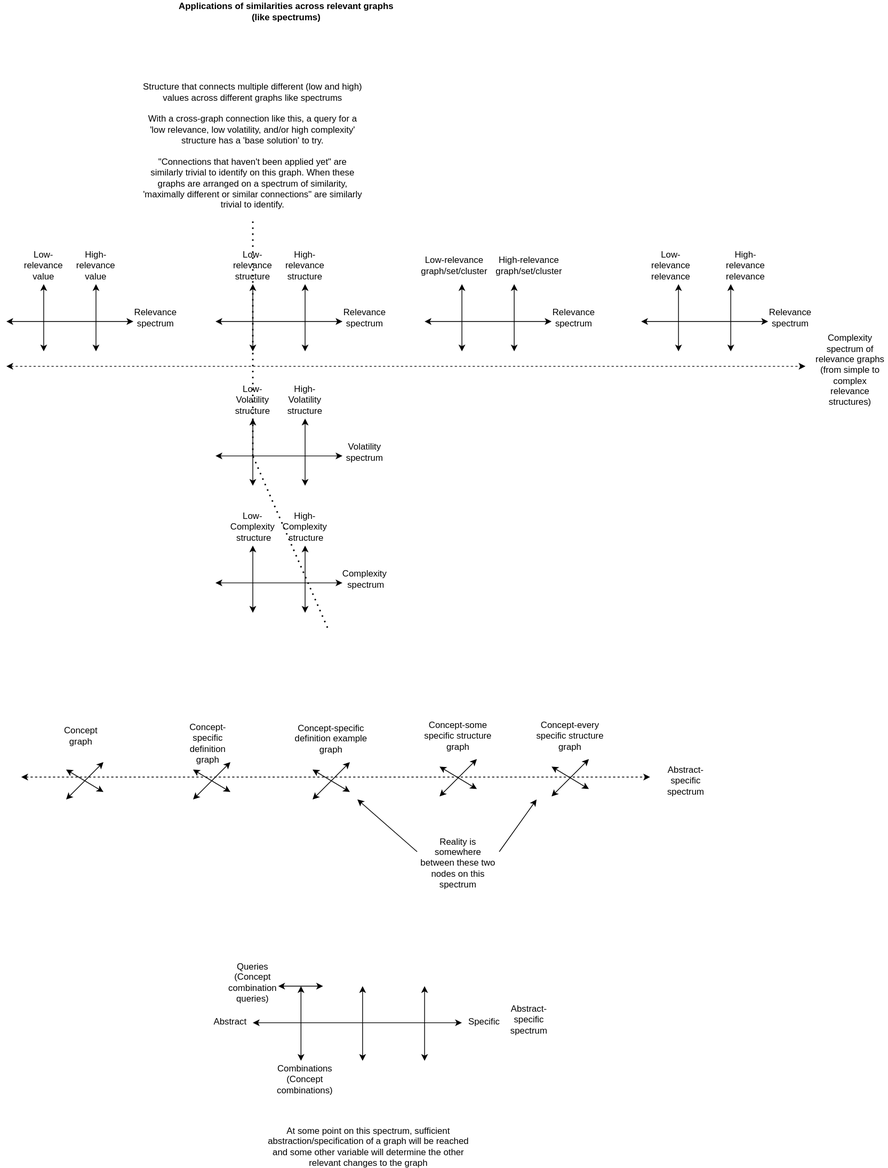
The draw.io diagram docs/objects/cross_relevance_graph_similarities.drawio.svg in outdreamer/build-a-cure, before a commit. Source tidied: cells renumbered, new cells last; positions are measured from the earlier drawing's top-left corner, leaving out a move shared by most shapes.
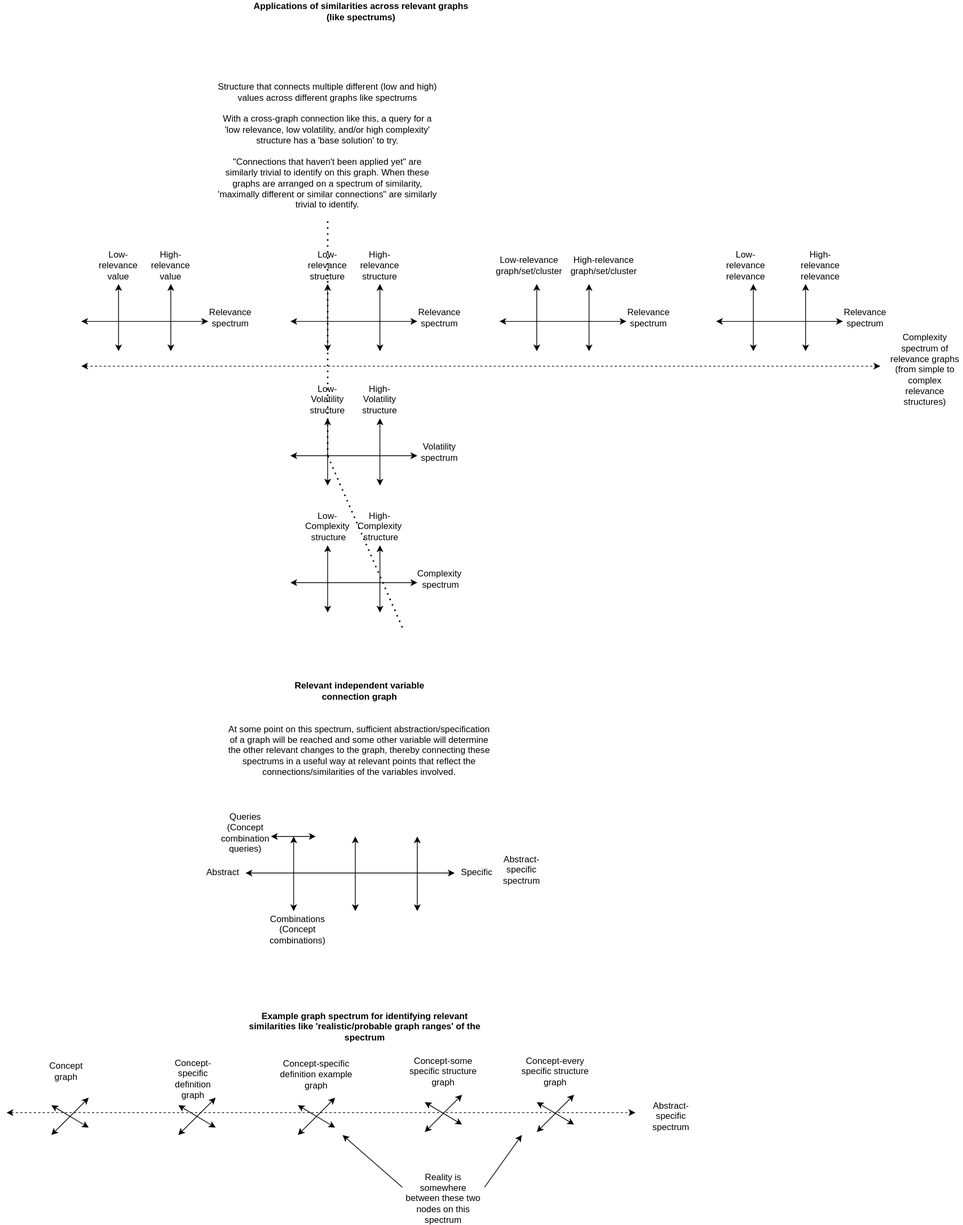
After the change.

Diff of the diagram source:
```diff
@@ -193,148 +193,154 @@
     </mxCell>
     <mxCell id="44" style="endArrow=classic;startArrow=classic;html=1;rounded=0;" parent="1" edge="1">
       <mxGeometry relative="1" as="geometry">
-        <mxPoint x="330" y="1369" as="sourcePoint" />
-        <mxPoint x="610" y="1369" as="targetPoint" />
+        <mxPoint x="220" y="1169" as="sourcePoint" />
+        <mxPoint x="500" y="1169" as="targetPoint" />
       </mxGeometry>
     </mxCell>
     <mxCell id="45" value="Abstract-specific spectrum" style="text;html=1;strokeColor=none;fillColor=none;align=center;verticalAlign=middle;whiteSpace=wrap;rounded=0;" parent="1" vertex="1">
-      <mxGeometry x="670" y="1350" width="60" height="30" as="geometry" />
+      <mxGeometry x="560" y="1150" width="60" height="30" as="geometry" />
     </mxCell>
     <mxCell id="46" style="endArrow=classic;startArrow=classic;html=1;rounded=0;" parent="1" edge="1">
       <mxGeometry relative="1" as="geometry">
-        <mxPoint x="560" y="1320" as="sourcePoint" />
-        <mxPoint x="560" y="1420" as="targetPoint" />
+        <mxPoint x="450" y="1120" as="sourcePoint" />
+        <mxPoint x="450" y="1220" as="targetPoint" />
       </mxGeometry>
     </mxCell>
     <mxCell id="47" style="endArrow=classic;startArrow=classic;html=1;rounded=0;" parent="1" edge="1">
       <mxGeometry relative="1" as="geometry">
-        <mxPoint x="394.5" y="1320" as="sourcePoint" />
-        <mxPoint x="394.5" y="1420" as="targetPoint" />
+        <mxPoint x="284.5" y="1120" as="sourcePoint" />
+        <mxPoint x="284.5" y="1220" as="targetPoint" />
       </mxGeometry>
     </mxCell>
     <mxCell id="48" style="endArrow=classic;startArrow=classic;html=1;rounded=0;" parent="1" edge="1">
       <mxGeometry relative="1" as="geometry">
-        <mxPoint x="477" y="1320" as="sourcePoint" />
-        <mxPoint x="477" y="1420" as="targetPoint" />
+        <mxPoint x="367" y="1120" as="sourcePoint" />
+        <mxPoint x="367" y="1220" as="targetPoint" />
       </mxGeometry>
     </mxCell>
-    <mxCell id="49" value="At some point on this spectrum, sufficient abstraction/specification of a graph will be reached and some other variable will determine the other relevant changes to the graph" style="text;html=1;strokeColor=none;fillColor=none;align=center;verticalAlign=middle;whiteSpace=wrap;rounded=0;" parent="1" vertex="1">
-      <mxGeometry x="340" y="1520" width="290" height="30" as="geometry" />
+    <mxCell id="49" value="At some point on this spectrum, sufficient abstraction/specification of a graph will be reached and some other variable will determine the other relevant changes to the graph, thereby connecting these spectrums in a useful way at relevant points that reflect the connections/similarities of the variables involved." style="text;html=1;strokeColor=none;fillColor=none;align=center;verticalAlign=middle;whiteSpace=wrap;rounded=0;" parent="1" vertex="1">
+      <mxGeometry x="190" y="990" width="365" height="30" as="geometry" />
     </mxCell>
     <mxCell id="50" style="endArrow=classic;startArrow=classic;html=1;rounded=0;" parent="1" edge="1">
       <mxGeometry relative="1" as="geometry">
-        <mxPoint x="424" y="1320" as="sourcePoint" />
-        <mxPoint x="364" y="1320" as="targetPoint" />
+        <mxPoint x="314" y="1120" as="sourcePoint" />
+        <mxPoint x="254" y="1120" as="targetPoint" />
       </mxGeometry>
     </mxCell>
     <mxCell id="51" value="Abstract" style="text;html=1;strokeColor=none;fillColor=none;align=center;verticalAlign=middle;whiteSpace=wrap;rounded=0;" parent="1" vertex="1">
-      <mxGeometry x="270" y="1353" width="60" height="30" as="geometry" />
+      <mxGeometry x="160" y="1153" width="60" height="30" as="geometry" />
     </mxCell>
     <mxCell id="52" value="Specific" style="text;html=1;strokeColor=none;fillColor=none;align=center;verticalAlign=middle;whiteSpace=wrap;rounded=0;" parent="1" vertex="1">
-      <mxGeometry x="610" y="1353" width="60" height="30" as="geometry" />
+      <mxGeometry x="500" y="1153" width="60" height="30" as="geometry" />
     </mxCell>
     <mxCell id="53" style="endArrow=classic;startArrow=classic;html=1;rounded=0;" parent="1" edge="1">
       <mxGeometry relative="1" as="geometry">
-        <mxPoint x="80" y="1070" as="sourcePoint" />
-        <mxPoint x="130" y="1020" as="targetPoint" />
+        <mxPoint x="-40" y="1520" as="sourcePoint" />
+        <mxPoint x="10" y="1470" as="targetPoint" />
       </mxGeometry>
     </mxCell>
     <mxCell id="54" style="endArrow=classic;startArrow=classic;html=1;rounded=0;" parent="1" edge="1">
       <mxGeometry relative="1" as="geometry">
-        <mxPoint x="80" y="1030" as="sourcePoint" />
-        <mxPoint x="130" y="1060" as="targetPoint" />
+        <mxPoint x="-40" y="1480" as="sourcePoint" />
+        <mxPoint x="10" y="1510" as="targetPoint" />
       </mxGeometry>
     </mxCell>
     <mxCell id="55" value="Concept graph" style="text;html=1;strokeColor=none;fillColor=none;align=center;verticalAlign=middle;whiteSpace=wrap;rounded=0;" parent="1" vertex="1">
-      <mxGeometry x="70" y="970" width="60" height="30" as="geometry" />
+      <mxGeometry x="-50" y="1420" width="60" height="30" as="geometry" />
     </mxCell>
     <mxCell id="56" style="endArrow=classic;startArrow=classic;html=1;rounded=0;" parent="1" edge="1">
       <mxGeometry relative="1" as="geometry">
-        <mxPoint x="250" y="1070" as="sourcePoint" />
-        <mxPoint x="300" y="1020" as="targetPoint" />
+        <mxPoint x="130" y="1520" as="sourcePoint" />
+        <mxPoint x="180" y="1470" as="targetPoint" />
       </mxGeometry>
     </mxCell>
     <mxCell id="57" style="endArrow=classic;startArrow=classic;html=1;rounded=0;" parent="1" edge="1">
       <mxGeometry relative="1" as="geometry">
-        <mxPoint x="250" y="1030" as="sourcePoint" />
-        <mxPoint x="300" y="1060" as="targetPoint" />
+        <mxPoint x="130" y="1480" as="sourcePoint" />
+        <mxPoint x="180" y="1510" as="targetPoint" />
       </mxGeometry>
     </mxCell>
     <mxCell id="58" value="Concept-specific definition graph" style="text;html=1;strokeColor=none;fillColor=none;align=center;verticalAlign=middle;whiteSpace=wrap;rounded=0;" parent="1" vertex="1">
-      <mxGeometry x="240" y="980" width="60" height="30" as="geometry" />
+      <mxGeometry x="120" y="1430" width="60" height="30" as="geometry" />
     </mxCell>
     <mxCell id="59" style="endArrow=classic;startArrow=classic;html=1;rounded=0;" parent="1" edge="1">
       <mxGeometry relative="1" as="geometry">
-        <mxPoint x="410" y="1070" as="sourcePoint" />
-        <mxPoint x="460" y="1020" as="targetPoint" />
+        <mxPoint x="290" y="1520" as="sourcePoint" />
+        <mxPoint x="340" y="1470" as="targetPoint" />
       </mxGeometry>
     </mxCell>
     <mxCell id="60" style="endArrow=classic;startArrow=classic;html=1;rounded=0;" parent="1" edge="1">
       <mxGeometry relative="1" as="geometry">
-        <mxPoint x="410" y="1030" as="sourcePoint" />
-        <mxPoint x="460" y="1060" as="targetPoint" />
+        <mxPoint x="290" y="1480" as="sourcePoint" />
+        <mxPoint x="340" y="1510" as="targetPoint" />
       </mxGeometry>
     </mxCell>
     <mxCell id="61" value="Concept-specific definition example graph" style="text;html=1;strokeColor=none;fillColor=none;align=center;verticalAlign=middle;whiteSpace=wrap;rounded=0;" parent="1" vertex="1">
-      <mxGeometry x="380" y="974" width="110" height="30" as="geometry" />
+      <mxGeometry x="260" y="1424" width="110" height="30" as="geometry" />
     </mxCell>
     <mxCell id="62" style="endArrow=classic;startArrow=classic;html=1;rounded=0;" parent="1" edge="1">
       <mxGeometry relative="1" as="geometry">
-        <mxPoint x="580" y="1066" as="sourcePoint" />
-        <mxPoint x="630" y="1016" as="targetPoint" />
+        <mxPoint x="460" y="1516" as="sourcePoint" />
+        <mxPoint x="510" y="1466" as="targetPoint" />
       </mxGeometry>
     </mxCell>
     <mxCell id="63" style="endArrow=classic;startArrow=classic;html=1;rounded=0;" parent="1" edge="1">
       <mxGeometry relative="1" as="geometry">
-        <mxPoint x="580" y="1026" as="sourcePoint" />
-        <mxPoint x="630" y="1056" as="targetPoint" />
+        <mxPoint x="460" y="1476" as="sourcePoint" />
+        <mxPoint x="510" y="1506" as="targetPoint" />
       </mxGeometry>
     </mxCell>
     <mxCell id="64" value="Concept-some specific structure graph" style="text;html=1;strokeColor=none;fillColor=none;align=center;verticalAlign=middle;whiteSpace=wrap;rounded=0;" parent="1" vertex="1">
-      <mxGeometry x="550" y="970" width="110" height="30" as="geometry" />
+      <mxGeometry x="430" y="1420" width="110" height="30" as="geometry" />
     </mxCell>
     <mxCell id="65" style="endArrow=classic;startArrow=classic;html=1;rounded=0;" parent="1" edge="1">
       <mxGeometry relative="1" as="geometry">
-        <mxPoint x="730" y="1066" as="sourcePoint" />
-        <mxPoint x="780" y="1016" as="targetPoint" />
+        <mxPoint x="610" y="1516" as="sourcePoint" />
+        <mxPoint x="660" y="1466" as="targetPoint" />
       </mxGeometry>
     </mxCell>
     <mxCell id="66" style="endArrow=classic;startArrow=classic;html=1;rounded=0;" parent="1" edge="1">
       <mxGeometry relative="1" as="geometry">
-        <mxPoint x="730" y="1026" as="sourcePoint" />
-        <mxPoint x="780" y="1056" as="targetPoint" />
+        <mxPoint x="610" y="1476" as="sourcePoint" />
+        <mxPoint x="660" y="1506" as="targetPoint" />
       </mxGeometry>
     </mxCell>
     <mxCell id="67" value="Concept-every specific structure graph" style="text;html=1;strokeColor=none;fillColor=none;align=center;verticalAlign=middle;whiteSpace=wrap;rounded=0;" parent="1" vertex="1">
-      <mxGeometry x="700" y="970" width="110" height="30" as="geometry" />
+      <mxGeometry x="580" y="1420" width="110" height="30" as="geometry" />
     </mxCell>
     <mxCell id="68" style="endArrow=classic;html=1;rounded=0;exitX=0;exitY=0;exitDx=0;exitDy=0;" parent="1" edge="1" source="69">
       <mxGeometry relative="1" as="geometry">
-        <mxPoint x="470" y="1070" as="targetPoint" />
+        <mxPoint x="350" y="1520" as="targetPoint" />
       </mxGeometry>
     </mxCell>
     <mxCell id="69" value="Reality is somewhere between these two nodes on this spectrum" style="text;html=1;strokeColor=none;fillColor=none;align=center;verticalAlign=middle;whiteSpace=wrap;rounded=0;" parent="1" vertex="1">
-      <mxGeometry x="550" y="1140" width="110" height="30" as="geometry" />
+      <mxGeometry x="430" y="1590" width="110" height="30" as="geometry" />
     </mxCell>
     <mxCell id="70" style="endArrow=classic;html=1;rounded=0;exitX=1;exitY=0;exitDx=0;exitDy=0;" parent="1" edge="1" source="69">
       <mxGeometry relative="1" as="geometry">
-        <mxPoint x="710" y="1070" as="targetPoint" />
+        <mxPoint x="590" y="1520" as="targetPoint" />
       </mxGeometry>
     </mxCell>
     <mxCell id="71" style="endArrow=classic;startArrow=classic;html=1;rounded=0;dashed=1;" parent="1" edge="1">
       <mxGeometry relative="1" as="geometry">
-        <mxPoint x="20" y="1040" as="sourcePoint" />
-        <mxPoint x="862" y="1040" as="targetPoint" />
+        <mxPoint x="-100" y="1490" as="sourcePoint" />
+        <mxPoint x="742" y="1490" as="targetPoint" />
       </mxGeometry>
     </mxCell>
     <mxCell id="72" value="Abstract-specific spectrum" style="text;html=1;strokeColor=none;fillColor=none;align=center;verticalAlign=middle;whiteSpace=wrap;rounded=0;" parent="1" vertex="1">
-      <mxGeometry x="880" y="1030" width="60" height="30" as="geometry" />
+      <mxGeometry x="760" y="1480" width="60" height="30" as="geometry" />
     </mxCell>
     <mxCell id="73" value="Combinations (Concept combinations)" style="text;html=1;strokeColor=none;fillColor=none;align=center;verticalAlign=middle;whiteSpace=wrap;rounded=0;" parent="1" vertex="1">
-      <mxGeometry x="370" y="1430" width="60" height="30" as="geometry" />
+      <mxGeometry x="260" y="1230" width="60" height="30" as="geometry" />
     </mxCell>
     <mxCell id="74" value="Queries (Concept combination&lt;br&gt;queries)" style="text;html=1;strokeColor=none;fillColor=none;align=center;verticalAlign=middle;whiteSpace=wrap;rounded=0;" parent="1" vertex="1">
-      <mxGeometry x="300" y="1300" width="60" height="30" as="geometry" />
+      <mxGeometry x="190" y="1100" width="60" height="30" as="geometry" />
     </mxCell>
+    <mxCell id="75" value="Relevant independent variable connection graph" style="text;html=1;strokeColor=none;fillColor=none;align=center;verticalAlign=middle;whiteSpace=wrap;rounded=0;fontStyle=1;" parent="1" vertex="1">
+      <mxGeometry x="282.5" y="910" width="180" height="30" as="geometry" />
+    </mxCell>
+    <mxCell id="76" value="Example graph spectrum for identifying relevant similarities like 'realistic/probable graph ranges' of the spectrum" style="text;html=1;strokeColor=none;fillColor=none;align=center;verticalAlign=middle;whiteSpace=wrap;rounded=0;fontStyle=1;" parent="1" vertex="1">
+      <mxGeometry x="220" y="1360" width="320" height="30" as="geometry" />
+    </mxCell>
   </root>
 </mxGraphModel>
```
